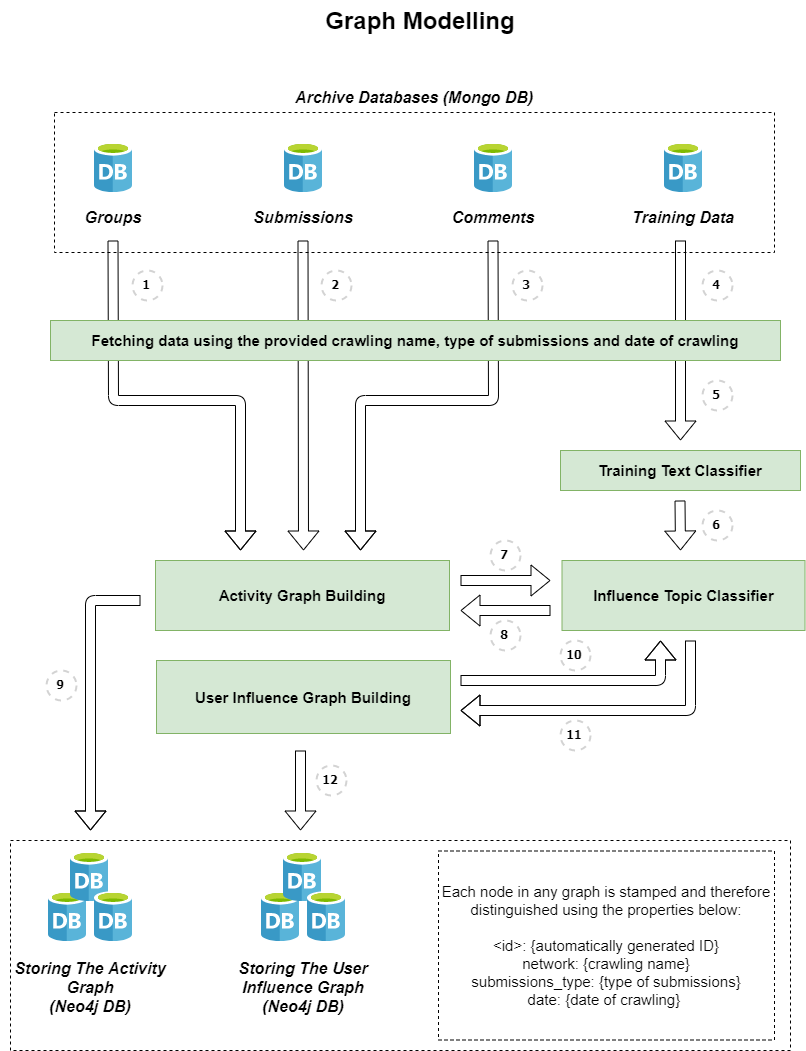
Before: docs/figures/figures/Technical Solution/graph_modelling.png, a diagram exported from draw.io (MohammedGuniem/social-media-influence-analyzer). Source tidied: cells renumbered, new cells last; positions are measured from the earlier drawing's top-left corner, leaving out a move shared by most shapes.
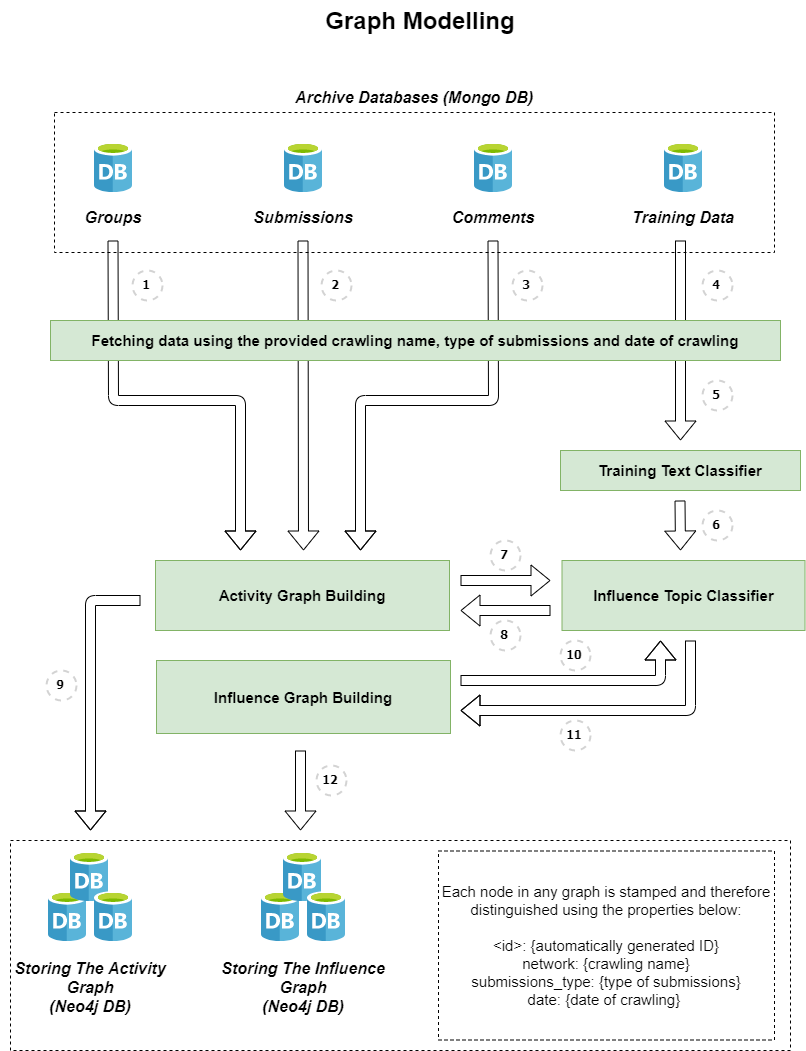
The same file after the commit.

What changed in the source:
```diff
@@ -85,7 +85,7 @@
     <mxCell id="21" value="Activity Graph Building" style="rounded=0;whiteSpace=wrap;html=1;fontStyle=1;fontSize=15;fillColor=#d5e8d4;strokeColor=#82b366;" parent="1" vertex="1">
       <mxGeometry x="155" y="560" width="294" height="70" as="geometry" />
     </mxCell>
-    <mxCell id="22" value="User Influence Graph Building" style="rounded=0;whiteSpace=wrap;html=1;fontStyle=1;fontSize=15;fillColor=#d5e8d4;strokeColor=#82b366;" parent="1" vertex="1">
+    <mxCell id="22" value="Influence Graph Building" style="rounded=0;whiteSpace=wrap;html=1;fontStyle=1;fontSize=15;fillColor=#d5e8d4;strokeColor=#82b366;" parent="1" vertex="1">
       <mxGeometry x="156" y="660" width="294" height="73" as="geometry" />
     </mxCell>
     <mxCell id="23" style="shape=flexArrow;endArrow=classic;html=1;" parent="1" edge="1">
@@ -115,7 +115,7 @@
     <mxCell id="27" style="html=1;align=center;image;fontSize=12;image=img/lib/mscae/Database_General.svg;" parent="1" vertex="1">
       <mxGeometry x="307" y="891" width="38" height="50" as="geometry" />
     </mxCell>
-    <mxCell id="28" value="&lt;span style=&quot;font-size: 16px&quot;&gt;&lt;b&gt;&lt;i&gt;Storing The User Influence Graph&lt;br&gt;(Neo4j DB)&lt;/i&gt;&lt;/b&gt;&lt;/span&gt;" style="text;html=1;strokeColor=none;fillColor=none;align=center;verticalAlign=middle;whiteSpace=wrap;rounded=0;" parent="1" vertex="1">
+    <mxCell id="28" value="&lt;span style=&quot;font-size: 16px&quot;&gt;&lt;b&gt;&lt;i&gt;Storing The Influence Graph&lt;br&gt;(Neo4j DB)&lt;/i&gt;&lt;/b&gt;&lt;/span&gt;" style="text;html=1;strokeColor=none;fillColor=none;align=center;verticalAlign=middle;whiteSpace=wrap;rounded=0;" parent="1" vertex="1">
       <mxGeometry x="213" y="952" width="180" height="69" as="geometry" />
     </mxCell>
     <mxCell id="29" style="shape=flexArrow;endArrow=classic;html=1;" parent="1" edge="1">
```
